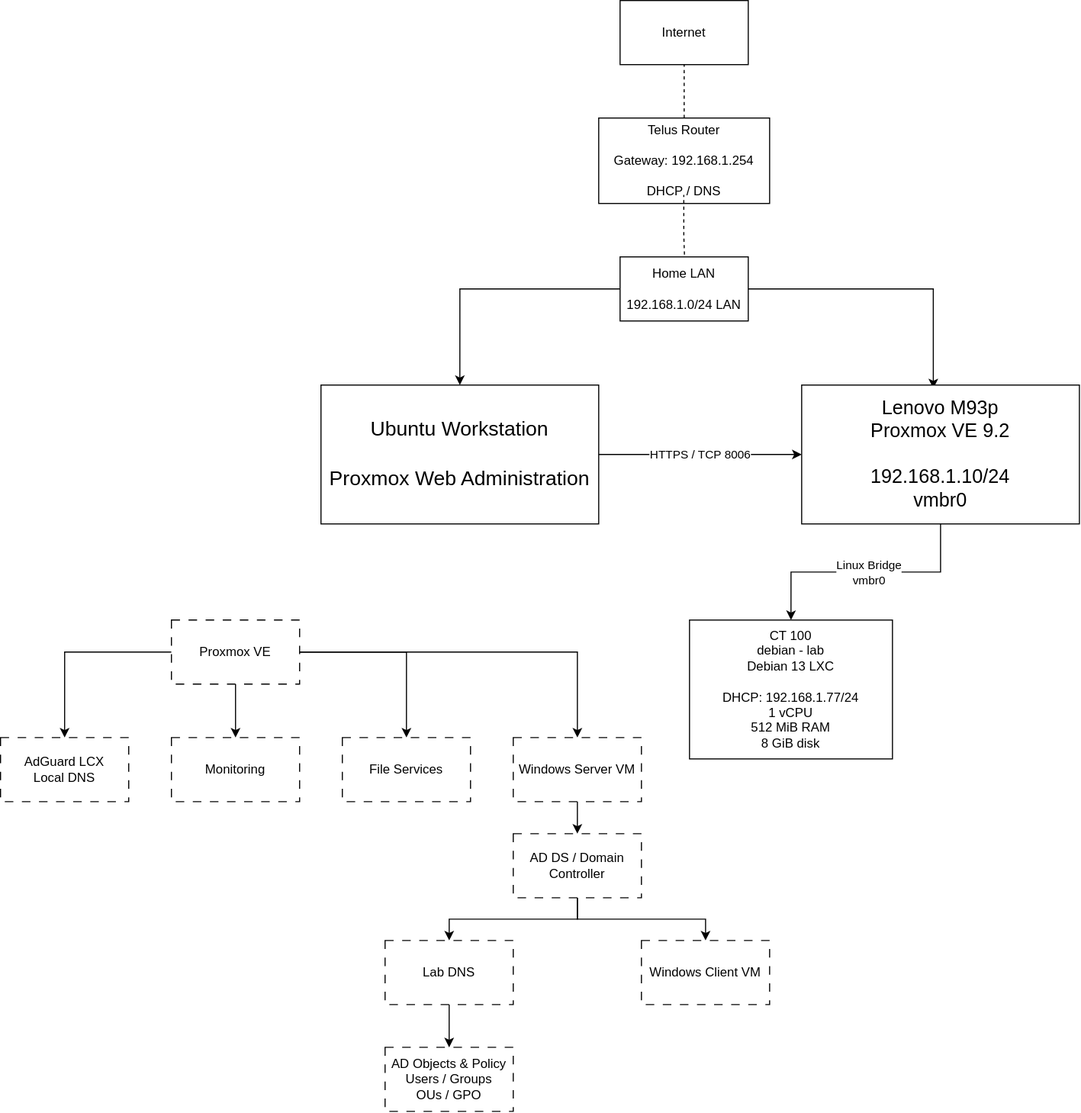
Above: Home-Server-Lab/diagram/Network Diagram.drawio.svg in peterdittmann/IT-Portfolio (draw.io), before the change. Source tidied: cells renumbered, new cells last; positions are measured from the earlier drawing's top-left corner, leaving out a move shared by most shapes.
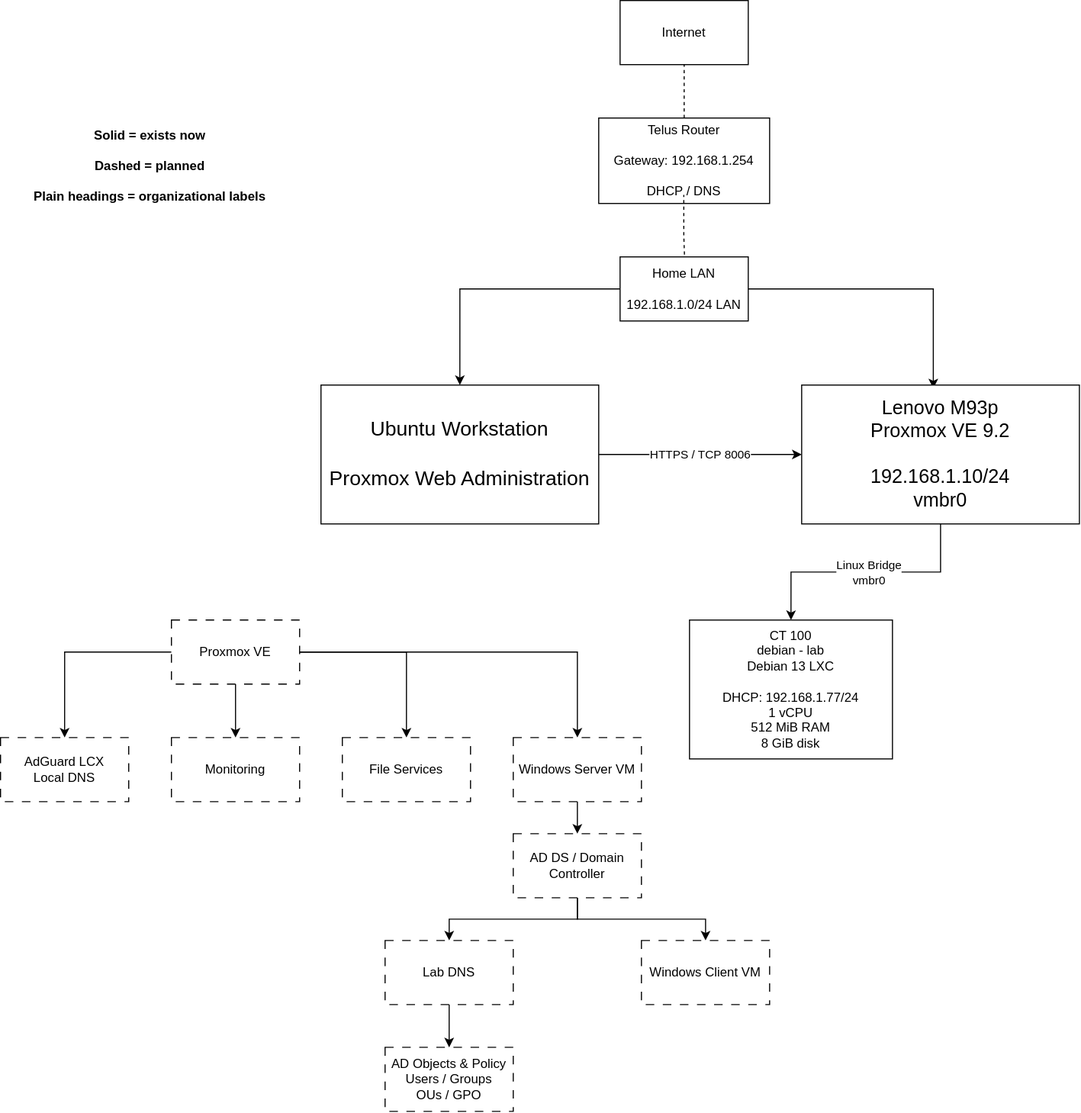
After the change.

Diff of the diagram source:
```diff
@@ -105,5 +105,8 @@
     <mxCell id="32" value="Lab DNS" style="rounded=0;whiteSpace=wrap;html=1;dashed=1;dashPattern=8 8;" parent="1" vertex="1">
       <mxGeometry x="360" y="880" width="120" height="60" as="geometry" />
     </mxCell>
+    <mxCell id="33" value="&lt;strong&gt;Solid = exists now&lt;/strong&gt;&lt;br&gt;&lt;br/&gt;&lt;strong&gt;Dashed = planned&lt;/strong&gt;&lt;br&gt;&lt;br/&gt;&lt;strong&gt;Plain headings = organizational labels&lt;/strong&gt;" style="text;html=1;whiteSpace=wrap;strokeColor=none;fillColor=none;align=center;verticalAlign=middle;rounded=0;" parent="1" vertex="1">
+      <mxGeometry x="10" y="120" width="260" height="70" as="geometry" />
+    </mxCell>
   </root>
 </mxGraphModel>
```
